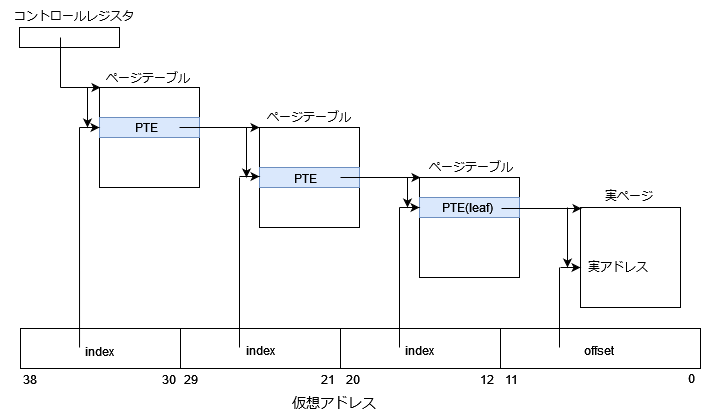
oda-g/OS-blog keeps this draw.io diagram as blog-diag/page-table.png. Above is the earlier version. Source tidied: cells renumbered, new cells last; positions are measured from the earlier drawing's top-left corner, leaving out a move shared by most shapes.
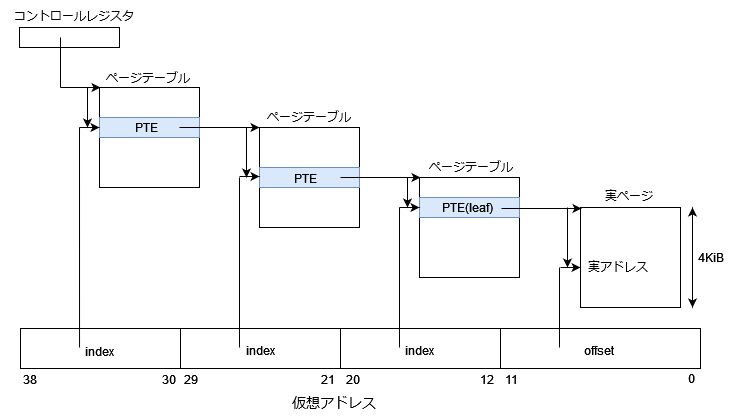
The same diagram one commit later.

Diff of the diagram source:
```diff
@@ -205,5 +205,14 @@
     <mxCell id="52" value="PTE(leaf)" style="text;html=1;align=center;verticalAlign=middle;whiteSpace=wrap;rounded=0;" parent="1" vertex="1">
       <mxGeometry x="437" y="192" width="60" height="30" as="geometry" />
     </mxCell>
+    <mxCell id="53" style="endArrow=classic;startArrow=classic;html=1;rounded=0;" parent="1" edge="1">
+      <mxGeometry relative="1" as="geometry">
+        <mxPoint x="692" y="307" as="sourcePoint" />
+        <mxPoint x="692" y="207" as="targetPoint" />
+      </mxGeometry>
+    </mxCell>
+    <mxCell id="54" value="4KiB" style="text;html=1;align=center;verticalAlign=middle;whiteSpace=wrap;rounded=0;" parent="1" vertex="1">
+      <mxGeometry x="681" y="242" width="60" height="30" as="geometry" />
+    </mxCell>
   </root>
 </mxGraphModel>
```
